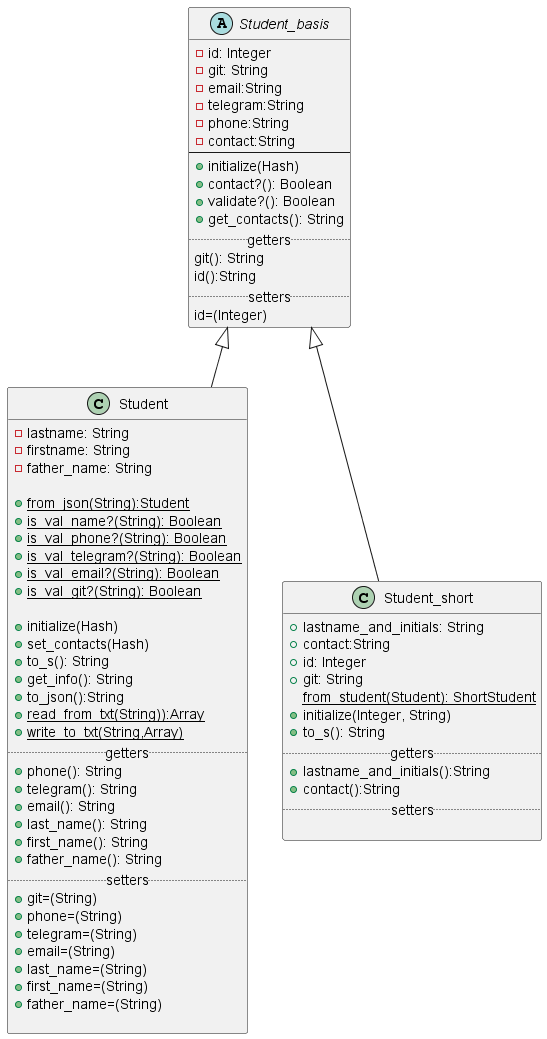
Before: lab2/student_diagrams.png, a diagram exported from PlantUML (ColdEiler/pattern). The source it was exported from:
```plantuml
@startuml

abstract class Student_basis{
     -id: Integer
     -git: String
     -email:String
     -telegram:String
     -phone:String
     -contact:String
--
     +initialize(Hash)
     +contact?(): Boolean
     +validate?(): Boolean
     +get_contacts(): String
     .. getters..
     git(): String
     id():String
     .. setters ..
     id=(Integer)
}

class Student extends Student_basis{
     -lastname: String
     -firstname: String
     -father_name: String

     +{static}from_json(String):Student
     +{static}is_val_name?(String): Boolean
     +{static}is_val_phone?(String): Boolean
     +{static}is_val_telegram?(String): Boolean
     +{static}is_val_email?(String): Boolean
     +{static}is_val_git?(String): Boolean

     +initialize(Hash)
     +set_contacts(Hash)
     +to_s(): String
     +get_info(): String
     +to_json():String
     +{static}read_from_txt(String)):Array
     +{static}write_to_txt(String,Array)
     .. getters ..
     +phone(): String
     +telegram(): String
     +email(): String
     +last_name(): String
     +first_name(): String
     +father_name(): String
     .. setters ..
     +git=(String)
     +phone=(String)
     +telegram=(String)
     +email=(String)
     +last_name=(String)
     +first_name=(String)
     +father_name=(String)

}

class Student_short extends Student_basis{
     +lastname_and_initials: String
     +contact:String
     +id: Integer
     +git: String
     {static}from_student(Student): ShortStudent
     +initialize(Integer, String)
     +to_s(): String
     .. getters ..
     +lastname_and_initials():String
     +contact():String
     .. setters ..

}
@enduml
```
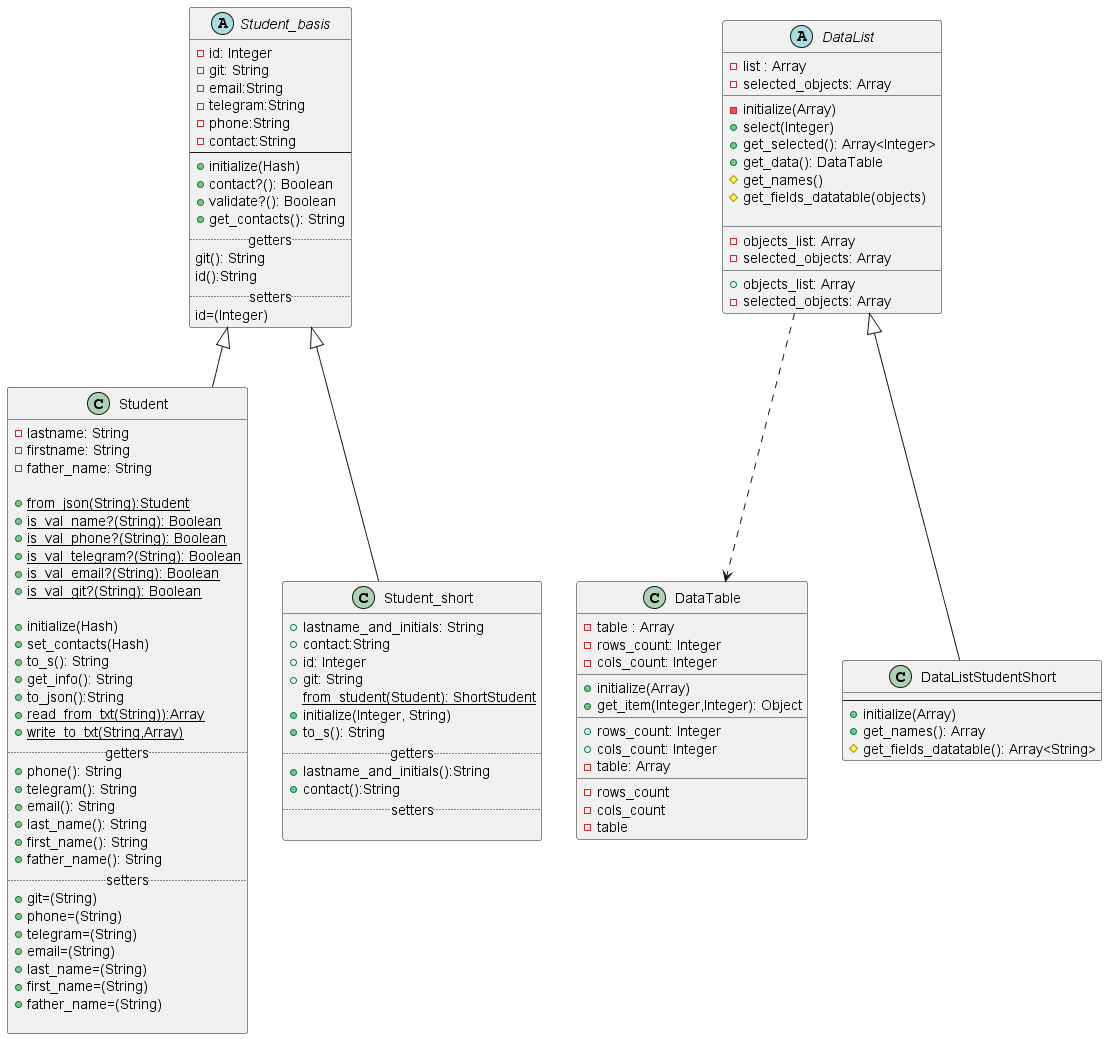
Later version of the same file.

Commit message:
Диаграмма для 3

The edit, as a diff of the source:
```diff
@@ -1,5 +1,4 @@
 @startuml
-
 abstract class Student_basis{
      -id: Integer
      -git: String
@@ -70,4 +69,49 @@
      .. setters ..
 
 }
+
+
+class DataTable{
+    -table : Array
+    -rows_count: Integer
+    -cols_count: Integer
+    __
+    +initialize(Array)
+    +get_item(Integer,Integer): Object
+    __
+    +rows_count: Integer
+    +cols_count: Integer
+    -table: Array
+    __
+    -rows_count
+    -cols_count
+    -table
+}
+abstract class DataList{
+    -list : Array
+    -selected_objects: Array
+    __
+    -initialize(Array)
+    +select(Integer)
+    +get_selected(): Array<Integer>
+    +get_data(): DataTable
+    #get_names()
+    #get_fields_datatable(objects)
+
+    __
+    -objects_list: Array
+    -selected_objects: Array
+    __
+    +objects_list: Array
+    -selected_objects: Array
+}
+
+class DataListStudentShort extends DataList{
+    --
+    +initialize(Array)
+    +get_names(): Array
+    #get_fields_datatable(): Array<String>
+}
+
+DataList ..> DataTable
 @enduml
```
